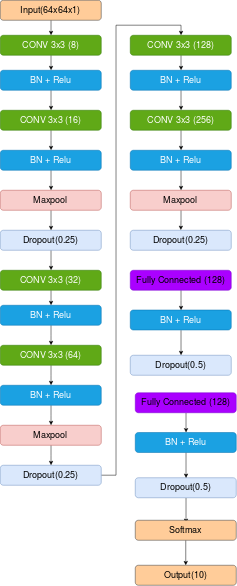
Earlier version of the draw.io export saved_models/diagrams/gesture_recognition_model_arch.png (MohamedAli1995/Sign-Language-Recognition). Source tidied: cells renumbered, new cells last; positions are measured from the earlier drawing's top-left corner, leaving out a move shared by most shapes.
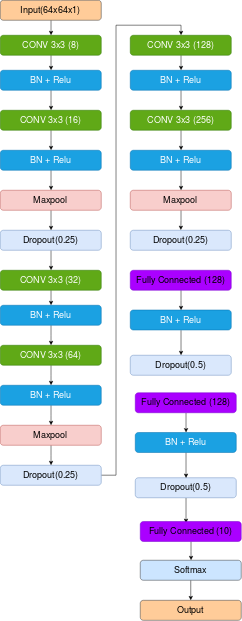
The same diagram one commit later.

Change to the diagram source:
```diff
@@ -150,14 +150,22 @@
     <mxCell id="49" value="Input(64x64x1)" style="rounded=1;whiteSpace=wrap;html=1;glass=0;comic=0;shadow=0;fontSize=18;fillColor=#ffcc99;strokeColor=#36393d;" parent="1" vertex="1">
       <mxGeometry width="202" height="40" as="geometry" />
     </mxCell>
-    <mxCell id="50" style="edgeStyle=orthogonalEdgeStyle;rounded=0;jettySize=auto;html=1;fontSize=18;fontColor=#000000;" parent="1" edge="1" source="51" target="52">
-      <mxGeometry relative="1" as="geometry" />
-    </mxCell>
+    <mxCell id="53" style="edgeStyle=orthogonalEdgeStyle;rounded=0;jettySize=auto;html=1;entryX=0.5;entryY=0;entryDx=0;entryDy=0;fontSize=18;fontColor=#000000;" parent="1" edge="1" source="54" target="51">
+      <mxGeometry relative="1" as="geometry" />
+    </mxCell>
+    <mxCell id="54" value="Fully Connected (10)" style="rounded=1;whiteSpace=wrap;html=1;fillColor=#aa00ff;strokeColor=#7700CC;glass=0;comic=0;shadow=0;fontSize=18;fontColor=#000000;" parent="1" vertex="1">
+      <mxGeometry x="280" y="1042.5" width="202" height="40" as="geometry" />
+    </mxCell>
+    <mxCell id="55" style="edgeStyle=orthogonalEdgeStyle;rounded=0;jettySize=auto;html=1;fontSize=18;fontColor=#000000;" parent="1" edge="1" source="51">
+      <mxGeometry relative="1" as="geometry">
+        <mxPoint x="381" y="1200" as="targetPoint" />
+      </mxGeometry>
+    </mxCell>
-    <mxCell id="51" value="Softmax" style="rounded=1;whiteSpace=wrap;html=1;glass=0;comic=0;shadow=0;fontSize=18;fillColor=#ffcc99;strokeColor=#36393d;" parent="1" vertex="1">
-      <mxGeometry x="270" y="1040" width="202" height="40" as="geometry" />
+    <mxCell id="51" value="Softmax" style="rounded=1;whiteSpace=wrap;html=1;fillColor=#cce5ff;strokeColor=#36393d;glass=0;comic=0;shadow=0;fontSize=18;" parent="1" vertex="1">
+      <mxGeometry x="280" y="1120" width="202" height="40" as="geometry" />
     </mxCell>
-    <mxCell id="52" value="Output(10)" style="rounded=1;whiteSpace=wrap;html=1;glass=0;comic=0;shadow=0;fontSize=18;fillColor=#ffcc99;strokeColor=#36393d;" parent="1" vertex="1">
-      <mxGeometry x="270" y="1130" width="202" height="40" as="geometry" />
-    </mxCell>
+    <mxCell id="56" value="Output" style="rounded=1;whiteSpace=wrap;html=1;glass=0;comic=0;shadow=0;fontSize=18;fillColor=#ffcc99;strokeColor=#36393d;" parent="1" vertex="1">
+      <mxGeometry x="280" y="1200.1" width="202" height="40" as="geometry" />
+    </mxCell>
   </root>
 </mxGraphModel>
```
